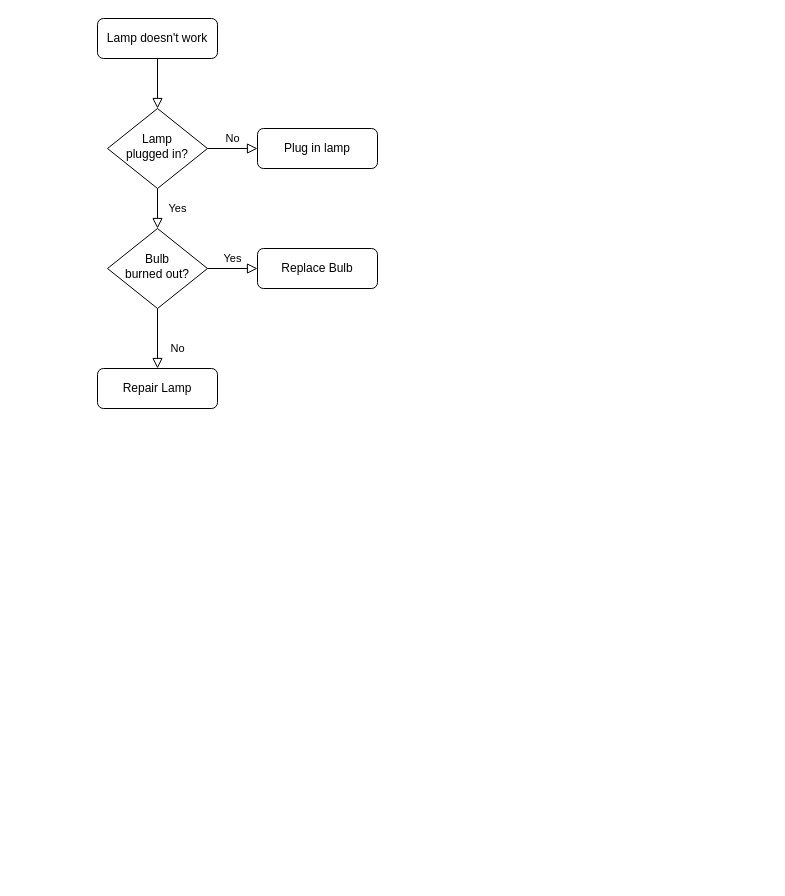
Earlier version of the draw.io diagram Untitled Diagram.drawio (strateg1939/hello_world). Source tidied: cells renumbered, new cells numbered last; positions are measured from the earlier drawing's top-left corner, leaving out a move shared by most shapes. Both pictures are drawn from the tidied source at 100%, with x=0, y=0 at pixel (97, 18).
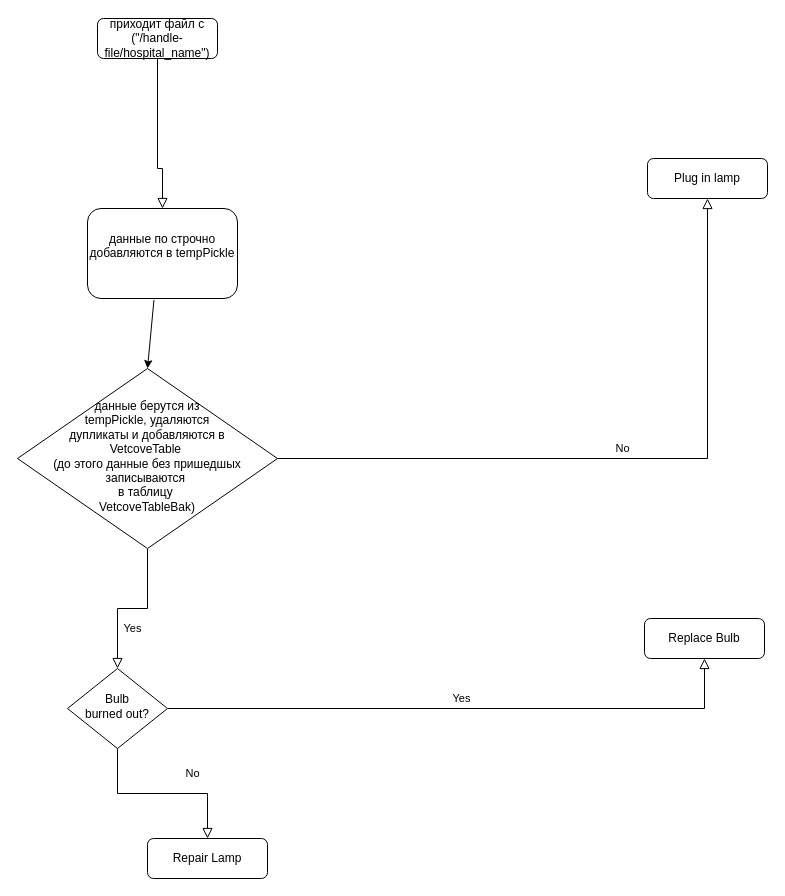
The same diagram, later.

What changed in the source:
```diff
@@
 <mxGraphModel>
   <root>
     <mxCell id="0" />
     <mxCell id="1" parent="0" />
-    <mxCell id="2" style="rounded=0;html=1;jettySize=auto;fontSize=11;endArrow=block;endFill=0;endSize=8;strokeWidth=1;shadow=0;labelBackgroundColor=none;edgeStyle=orthogonalEdgeStyle;" parent="1" edge="1" source="3" target="6">
-      <mxGeometry relative="1" as="geometry" />
+    <mxCell id="2" style="rounded=0;html=1;jettySize=auto;fontSize=11;endArrow=block;endFill=0;endSize=8;strokeWidth=1;shadow=0;labelBackgroundColor=none;edgeStyle=orthogonalEdgeStyle;entryX=0.5;entryY=0;entryDx=0;entryDy=0;" parent="1" edge="1" source="3" target="13">
+      <mxGeometry relative="1" as="geometry">
+        <Array as="points">
+          <mxPoint x="60" y="150" />
+          <mxPoint x="65" y="150" />
+        </Array>
+      </mxGeometry>
     </mxCell>
-    <mxCell id="3" value="Lamp doesn't work" style="rounded=1;whiteSpace=wrap;html=1;fontSize=12;glass=0;strokeWidth=1;shadow=0;" parent="1" vertex="1">
+    <mxCell id="3" value="приходит файл с&lt;br&gt;(&quot;/handle-file/hospital_name&quot;)" style="rounded=1;whiteSpace=wrap;html=1;fontSize=12;glass=0;strokeWidth=1;shadow=0;" parent="1" vertex="1">
       <mxGeometry width="120" height="40" as="geometry" />
     </mxCell>
     <mxCell id="4" value="Yes" style="rounded=0;html=1;jettySize=auto;fontSize=11;endArrow=block;endFill=0;endSize=8;strokeWidth=1;shadow=0;labelBackgroundColor=none;edgeStyle=orthogonalEdgeStyle;" parent="1" edge="1" source="6" target="10">
       <mxGeometry y="20" relative="1" as="geometry" />
     </mxCell>
     <mxCell id="5" value="No" style="edgeStyle=orthogonalEdgeStyle;rounded=0;html=1;jettySize=auto;fontSize=11;endArrow=block;endFill=0;endSize=8;strokeWidth=1;shadow=0;labelBackgroundColor=none;" parent="1" edge="1" source="6" target="7">
       <mxGeometry y="10" relative="1" as="geometry" />
     </mxCell>
-    <mxCell id="6" value="Lamp&lt;br&gt;plugged in?" style="rhombus;whiteSpace=wrap;html=1;shadow=0;fontFamily=Helvetica;fontSize=12;align=center;strokeWidth=1;spacing=6;spacingTop=-4;" parent="1" vertex="1">
-      <mxGeometry x="10" y="90" width="100" height="80" as="geometry" />
+    <mxCell id="6" value="данные берутся из &lt;br&gt;tempPickle, удаляются &lt;br&gt;дупликаты и добавляются в&lt;br&gt;VetcoveTable&amp;nbsp;&lt;br&gt;(до этого данные без пришедшых записываются&amp;nbsp;&lt;br&gt;в таблицу&amp;nbsp;&lt;br&gt;VetcoveTableBak)" style="rhombus;whiteSpace=wrap;html=1;shadow=0;fontFamily=Helvetica;fontSize=12;align=center;strokeWidth=1;spacing=6;spacingTop=-4;" parent="1" vertex="1">
+      <mxGeometry x="-80" y="350" width="260" height="180" as="geometry" />
     </mxCell>
     <mxCell id="7" value="Plug in lamp" style="rounded=1;whiteSpace=wrap;html=1;fontSize=12;glass=0;strokeWidth=1;shadow=0;" parent="1" vertex="1">
-      <mxGeometry x="160" y="110" width="120" height="40" as="geometry" />
+      <mxGeometry x="550" y="140" width="120" height="40" as="geometry" />
     </mxCell>
     <mxCell id="8" value="No" style="rounded=0;html=1;jettySize=auto;fontSize=11;endArrow=block;endFill=0;endSize=8;strokeWidth=1;shadow=0;labelBackgroundColor=none;edgeStyle=orthogonalEdgeStyle;" parent="1" edge="1" source="10" target="11">
       <mxGeometry x="0.33" y="20" relative="1" as="geometry" />
     </mxCell>
     <mxCell id="9" value="Yes" style="edgeStyle=orthogonalEdgeStyle;rounded=0;html=1;jettySize=auto;fontSize=11;endArrow=block;endFill=0;endSize=8;strokeWidth=1;shadow=0;labelBackgroundColor=none;" parent="1" edge="1" source="10" target="12">
       <mxGeometry y="10" relative="1" as="geometry" />
     </mxCell>
     <mxCell id="10" value="Bulb&lt;br&gt;burned out?" style="rhombus;whiteSpace=wrap;html=1;shadow=0;fontFamily=Helvetica;fontSize=12;align=center;strokeWidth=1;spacing=6;spacingTop=-4;" parent="1" vertex="1">
-      <mxGeometry x="10" y="210" width="100" height="80" as="geometry" />
+      <mxGeometry x="-30" y="650" width="100" height="80" as="geometry" />
     </mxCell>
     <mxCell id="11" value="Repair Lamp" style="rounded=1;whiteSpace=wrap;html=1;fontSize=12;glass=0;strokeWidth=1;shadow=0;" parent="1" vertex="1">
-      <mxGeometry y="350" width="120" height="40" as="geometry" />
+      <mxGeometry x="50" y="820" width="120" height="40" as="geometry" />
     </mxCell>
     <mxCell id="12" value="Replace Bulb" style="rounded=1;whiteSpace=wrap;html=1;fontSize=12;glass=0;strokeWidth=1;shadow=0;" parent="1" vertex="1">
-      <mxGeometry x="160" y="230" width="120" height="40" as="geometry" />
+      <mxGeometry x="547" y="600" width="120" height="40" as="geometry" />
     </mxCell>
+    <mxCell id="13" value="данные по строчно добавляются в tempPickle&lt;br&gt;&amp;nbsp;&amp;nbsp;" style="rounded=1;whiteSpace=wrap;html=1;" parent="1" vertex="1">
+      <mxGeometry x="-10" y="190" width="150" height="90" as="geometry" />
+    </mxCell>
+    <mxCell id="14" style="endArrow=classic;html=1;exitX=0.443;exitY=1.017;exitDx=0;exitDy=0;exitPerimeter=0;entryX=0.5;entryY=0;entryDx=0;entryDy=0;" parent="1" edge="1" source="13" target="6">
+      <mxGeometry relative="1" as="geometry" />
+    </mxCell>
   </root>
 </mxGraphModel>
```
